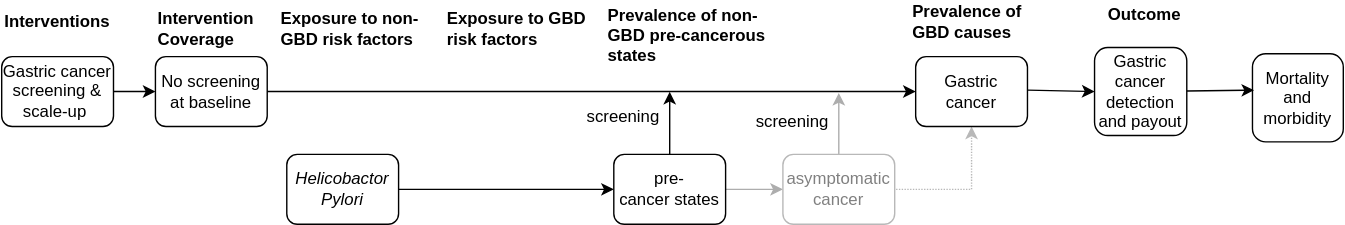
Earlier version of the draw.io export docs/source/concept_models/vivarium_swissre_stomachcancer/vivarium_concept_model_diagram_stomachcancer.svg (ihmeuw/vivarium_research). Source tidied: cells renumbered, new cells last; positions are measured from the earlier drawing's top-left corner, leaving out a move shared by most shapes.
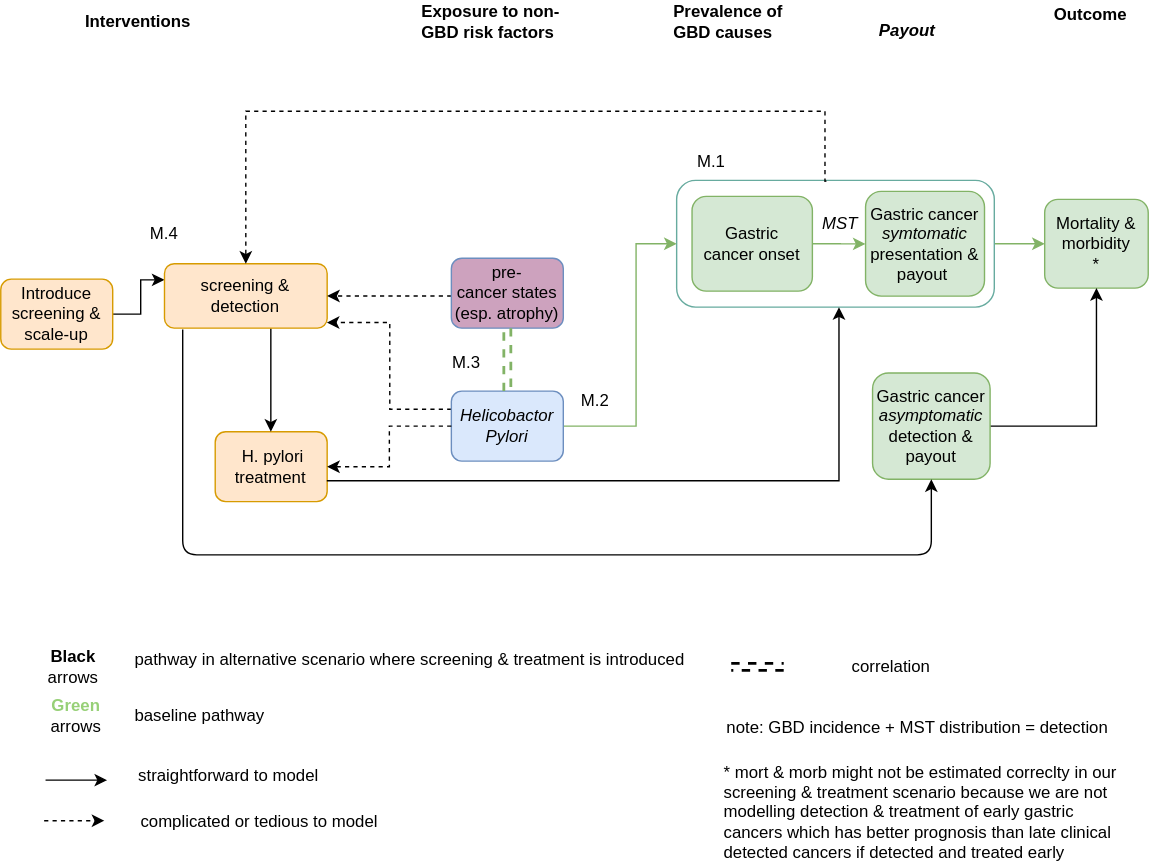
After the commit.

Commit message:
corrected cmd name

Change to the diagram source:
```diff
@@ -2,91 +2,190 @@
   <root>
     <mxCell id="0" />
     <mxCell id="1" parent="0" />
+    <mxCell id="28" style="edgeStyle=orthogonalEdgeStyle;rounded=0;jettySize=auto;html=1;strokeWidth=1;fillColor=#d5e8d4;strokeColor=#82b366;" parent="1" edge="1" source="29" target="13">
+      <mxGeometry relative="1" as="geometry" />
+    </mxCell>
+    <mxCell id="29" style="rounded=1;whiteSpace=wrap;html=1;strokeColor=#67AB9F;fillColor=none;" parent="1" vertex="1">
+      <mxGeometry x="493" y="36.4" width="227" height="90.6" as="geometry" />
+    </mxCell>
-    <mxCell id="2" value="&lt;b&gt;Interventions&lt;/b&gt;" style="text;html=1;strokeColor=none;fillColor=none;align=center;verticalAlign=middle;whiteSpace=wrap;rounded=0;" parent="1" vertex="1">
-      <mxGeometry x="20" y="5" width="40" height="20" as="geometry" />
+    <mxCell id="2" value="&lt;b&gt;Interventions&amp;nbsp;&lt;/b&gt;" style="text;html=1;strokeColor=none;fillColor=none;align=center;verticalAlign=middle;whiteSpace=wrap;rounded=0;" parent="1" vertex="1">
+      <mxGeometry x="90" y="-87" width="40" height="20" as="geometry" />
     </mxCell>
-    <mxCell id="3" value="&lt;b&gt;Intervention &lt;br&gt;Coverage&lt;/b&gt;" style="text;html=1;strokeColor=none;fillColor=none;align=left;verticalAlign=middle;whiteSpace=wrap;rounded=0;" parent="1" vertex="1">
-      <mxGeometry x="110" y="10" width="140" height="20" as="geometry" />
-    </mxCell>
-    <mxCell id="4" value="&lt;b&gt;Exposure to GBD&amp;nbsp;&lt;br&gt;risk factors&lt;/b&gt;" style="text;html=1;strokeColor=none;fillColor=none;align=left;verticalAlign=middle;whiteSpace=wrap;rounded=0;" parent="1" vertex="1">
-      <mxGeometry x="317" y="10" width="180" height="20" as="geometry" />
-    </mxCell>
     <mxCell id="5" value="&lt;b&gt;Prevalence of &lt;br&gt;GBD causes&lt;/b&gt;" style="text;html=1;strokeColor=none;fillColor=none;align=left;verticalAlign=middle;whiteSpace=wrap;rounded=0;" parent="1" vertex="1">
-      <mxGeometry x="649.5" y="5" width="89" height="20" as="geometry" />
+      <mxGeometry x="489" y="-87" width="89" height="20" as="geometry" />
     </mxCell>
-    <mxCell id="6" style="edgeStyle=orthogonalEdgeStyle;rounded=0;jettySize=auto;html=1;exitX=1;exitY=0.5;exitDx=0;exitDy=0;entryX=0;entryY=0.5;entryDx=0;entryDy=0;" parent="1" edge="1" source="7" target="8">
-      <mxGeometry relative="1" as="geometry" />
-    </mxCell>
+    <mxCell id="30" style="edgeStyle=orthogonalEdgeStyle;rounded=0;jettySize=auto;html=1;strokeWidth=1;entryX=0;entryY=0.25;entryDx=0;entryDy=0;" parent="1" edge="1" source="7" target="32">
+      <mxGeometry relative="1" as="geometry" />
+    </mxCell>
-    <mxCell id="7" value="Gastric cancer screening &amp;amp; scale-up&amp;nbsp;" style="rounded=1;whiteSpace=wrap;html=1;" parent="1" vertex="1">
-      <mxGeometry y="40" width="80" height="50" as="geometry" />
+    <mxCell id="7" value="Introduce screening &amp;amp; scale-up" style="rounded=1;whiteSpace=wrap;html=1;fillColor=#ffe6cc;strokeColor=#d79b00;" parent="1" vertex="1">
+      <mxGeometry x="10" y="107" width="80" height="50" as="geometry" />
     </mxCell>
-    <mxCell id="8" value="No screening at baseline" style="rounded=1;whiteSpace=wrap;html=1;" parent="1" vertex="1">
-      <mxGeometry x="110" y="40" width="80" height="50" as="geometry" />
+    <mxCell id="8" value="&amp;nbsp;H. pylori treatment" style="rounded=1;whiteSpace=wrap;html=1;fillColor=#ffe6cc;strokeColor=#d79b00;" parent="1" vertex="1">
+      <mxGeometry x="163.2" y="216" width="80" height="50" as="geometry" />
     </mxCell>
+    <mxCell id="31" style="edgeStyle=orthogonalEdgeStyle;rounded=0;jettySize=auto;html=1;strokeWidth=1;" parent="1" edge="1" source="32" target="8">
+      <mxGeometry relative="1" as="geometry">
+        <Array as="points">
+          <mxPoint x="203" y="161" />
+          <mxPoint x="203" y="161" />
+        </Array>
+      </mxGeometry>
+    </mxCell>
+    <mxCell id="32" value="screening &amp;amp; detection" style="rounded=1;whiteSpace=wrap;html=1;fillColor=#ffe6cc;strokeColor=#d79b00;" parent="1" vertex="1">
+      <mxGeometry x="127" y="96" width="116.2" height="46" as="geometry" />
+    </mxCell>
     <mxCell id="9" value="&lt;b&gt;Exposure to non-&lt;br&gt;GBD&amp;nbsp;risk factors&lt;/b&gt;" style="text;html=1;strokeColor=none;fillColor=none;align=left;verticalAlign=middle;whiteSpace=wrap;rounded=0;" parent="1" vertex="1">
-      <mxGeometry x="198" y="10" width="180" height="20" as="geometry" />
+      <mxGeometry x="309" y="-87" width="180" height="20" as="geometry" />
     </mxCell>
+    <mxCell id="33" style="edgeStyle=orthogonalEdgeStyle;rounded=0;jettySize=auto;html=1;strokeWidth=1;entryX=0;entryY=0.5;entryDx=0;entryDy=0;fillColor=#d5e8d4;strokeColor=#82b366;" parent="1" edge="1" source="11" target="29">
+      <mxGeometry relative="1" as="geometry">
+        <Array as="points">
+          <mxPoint x="464" y="212" />
+          <mxPoint x="464" y="82" />
+        </Array>
+      </mxGeometry>
+    </mxCell>
+    <mxCell id="34" style="edgeStyle=orthogonalEdgeStyle;rounded=0;jettySize=auto;html=1;strokeWidth=1;entryX=1;entryY=0.5;entryDx=0;entryDy=0;dashed=1;" parent="1" edge="1" source="17" target="32">
+      <mxGeometry relative="1" as="geometry">
+        <Array as="points">
+          <mxPoint x="334" y="119" />
+          <mxPoint x="334" y="119" />
+        </Array>
+      </mxGeometry>
+    </mxCell>
+    <mxCell id="35" style="edgeStyle=orthogonalEdgeStyle;rounded=0;jettySize=auto;html=1;dashed=1;strokeWidth=1;" parent="1" edge="1" source="11">
+      <mxGeometry relative="1" as="geometry">
+        <mxPoint x="243" y="138" as="targetPoint" />
+        <Array as="points">
+          <mxPoint x="288" y="200" />
+          <mxPoint x="288" y="138" />
+        </Array>
+      </mxGeometry>
+    </mxCell>
+    <mxCell id="11" value="&lt;i&gt;Helicobactor Pylori&lt;/i&gt;" style="rounded=1;whiteSpace=wrap;html=1;fillColor=#dae8fc;strokeColor=#6c8ebf;" parent="1" vertex="1">
+      <mxGeometry x="332" y="187" width="80" height="50" as="geometry" />
+    </mxCell>
+    <mxCell id="13" value="Mortality &amp;amp; morbidity&lt;br&gt;*" style="rounded=1;whiteSpace=wrap;html=1;fillColor=#d5e8d4;strokeColor=#82b366;" parent="1" vertex="1">
+      <mxGeometry x="756" y="50" width="74" height="63.4" as="geometry" />
+    </mxCell>
+    <mxCell id="36" style="edgeStyle=orthogonalEdgeStyle;rounded=0;jettySize=auto;html=1;entryX=0.5;entryY=0;entryDx=0;entryDy=0;dashed=1;exitX=0.206;exitY=-0.009;exitDx=0;exitDy=0;exitPerimeter=0;" parent="1" edge="1" target="32">
+      <mxGeometry relative="1" as="geometry">
+        <mxPoint x="600.1" y="37" as="sourcePoint" />
+        <Array as="points">
+          <mxPoint x="599" y="37" />
+          <mxPoint x="599" y="-13" />
+          <mxPoint x="185" y="-13" />
+        </Array>
+      </mxGeometry>
+    </mxCell>
+    <mxCell id="37" style="edgeStyle=orthogonalEdgeStyle;rounded=0;jettySize=auto;html=1;strokeWidth=1;fillColor=#d5e8d4;strokeColor=#82b366;" parent="1" edge="1" source="18" target="26">
+      <mxGeometry relative="1" as="geometry" />
+    </mxCell>
+    <mxCell id="18" value="Gastric&lt;br&gt;cancer onset" style="rounded=1;whiteSpace=wrap;html=1;fillColor=#d5e8d4;strokeColor=#82b366;" parent="1" vertex="1">
+      <mxGeometry x="504" y="47.8" width="86" height="67.8" as="geometry" />
+    </mxCell>
+    <mxCell id="23" value="&lt;b&gt;Outcome&lt;/b&gt;" style="text;html=1;strokeColor=none;fillColor=none;align=left;verticalAlign=middle;whiteSpace=wrap;rounded=0;" parent="1" vertex="1">
+      <mxGeometry x="761" y="-92" width="69" height="20" as="geometry" />
+    </mxCell>
+    <mxCell id="26" value="Gastric cancer &lt;i&gt;symtomatic &lt;/i&gt;presentation &amp;amp;&lt;br&gt;payout&amp;nbsp;" style="rounded=1;whiteSpace=wrap;html=1;fillColor=#d5e8d4;strokeColor=#82b366;" parent="1" vertex="1">
+      <mxGeometry x="628" y="44.2" width="85" height="74.9" as="geometry" />
+    </mxCell>
+    <mxCell id="38" value="&lt;div&gt;&lt;span&gt;note: GBD incidence + MST distribution = detection&lt;/span&gt;&lt;/div&gt;&amp;nbsp;" style="text;html=1;strokeColor=none;fillColor=none;align=left;verticalAlign=middle;whiteSpace=wrap;rounded=0;" parent="1" vertex="1">
+      <mxGeometry x="527" y="425" width="301" height="20" as="geometry" />
+    </mxCell>
+    <mxCell id="39" value="&lt;i&gt;MST&lt;/i&gt;" style="text;html=1;strokeColor=none;fillColor=none;align=center;verticalAlign=middle;whiteSpace=wrap;rounded=0;" parent="1" vertex="1">
+      <mxGeometry x="590" y="50" width="40" height="35" as="geometry" />
+    </mxCell>
+    <mxCell id="40" value="pathway in alternative scenario where screening &amp;amp; treatment is introduced" style="text;html=1;strokeColor=none;fillColor=none;align=center;verticalAlign=middle;whiteSpace=wrap;rounded=0;dashed=1;" parent="1" vertex="1">
+      <mxGeometry x="84" y="369" width="437" height="20" as="geometry" />
+    </mxCell>
+    <mxCell id="41" value="baseline pathway" style="text;html=1;strokeColor=none;fillColor=none;align=left;verticalAlign=middle;whiteSpace=wrap;rounded=0;dashed=1;" parent="1" vertex="1">
+      <mxGeometry x="104" y="409" width="437" height="20" as="geometry" />
+    </mxCell>
+    <mxCell id="42" style="shape=link;html=1;endSize=8;strokeWidth=2;dashed=1;" parent="1" edge="1" target="43">
+      <mxGeometry relative="1" as="geometry">
+        <mxPoint x="532" y="384" as="sourcePoint" />
+      </mxGeometry>
+    </mxCell>
+    <mxCell id="43" value="correlation" style="text;html=1;strokeColor=none;fillColor=none;align=center;verticalAlign=middle;whiteSpace=wrap;rounded=0;" parent="1" vertex="1">
+      <mxGeometry x="569.5" y="374" width="153" height="20" as="geometry" />
+    </mxCell>
+    <mxCell id="44" value="M.1" style="text;html=1;strokeColor=none;fillColor=none;align=center;verticalAlign=middle;whiteSpace=wrap;rounded=0;dashed=1;" parent="1" vertex="1">
+      <mxGeometry x="498" y="13" width="40" height="20" as="geometry" />
+    </mxCell>
+    <mxCell id="45" value="M.2" style="text;html=1;strokeColor=none;fillColor=none;align=center;verticalAlign=middle;whiteSpace=wrap;rounded=0;dashed=1;" parent="1" vertex="1">
+      <mxGeometry x="415" y="184" width="40" height="20" as="geometry" />
+    </mxCell>
+    <mxCell id="46" value="M.3" style="text;html=1;strokeColor=none;fillColor=none;align=center;verticalAlign=middle;whiteSpace=wrap;rounded=0;dashed=1;" parent="1" vertex="1">
+      <mxGeometry x="323" y="157" width="40" height="20" as="geometry" />
+    </mxCell>
+    <mxCell id="47" value="M.4" style="text;html=1;strokeColor=none;fillColor=none;align=center;verticalAlign=middle;whiteSpace=wrap;rounded=0;dashed=1;" parent="1" vertex="1">
+      <mxGeometry x="107" y="65" width="40" height="20" as="geometry" />
+    </mxCell>
+    <mxCell id="48" value="* mort &amp;amp; morb might not be estimated correclty in our screening &amp;amp; treatment scenario because we are not modelling detection &amp;amp; treatment of early gastric cancers which has better prognosis than late clinical detected cancers if detected and treated early&lt;div&gt;&lt;/div&gt;" style="text;html=1;strokeColor=none;fillColor=none;align=left;verticalAlign=middle;whiteSpace=wrap;rounded=0;" parent="1" vertex="1">
+      <mxGeometry x="524.5" y="478" width="292" height="20" as="geometry" />
+    </mxCell>
+    <mxCell id="49" style="edgeStyle=orthogonalEdgeStyle;rounded=0;jettySize=auto;html=1;strokeWidth=1;entryX=0.5;entryY=1;entryDx=0;entryDy=0;" parent="1" edge="1" source="50" target="13">
+      <mxGeometry relative="1" as="geometry" />
+    </mxCell>
+    <mxCell id="50" value="Gastric cancer &lt;i&gt;asymptomatic&lt;/i&gt; detection &amp;amp; payout" style="rounded=1;whiteSpace=wrap;html=1;fillColor=#d5e8d4;strokeColor=#82b366;" parent="1" vertex="1">
+      <mxGeometry x="633" y="174" width="84" height="76" as="geometry" />
+    </mxCell>
+    <mxCell id="17" value="pre-&lt;br&gt;cancer states&lt;br&gt;(esp. atrophy)" style="rounded=1;whiteSpace=wrap;html=1;fillColor=#CDA2BE;strokeColor=#6c8ebf;" parent="1" vertex="1">
+      <mxGeometry x="332" y="92" width="80" height="50" as="geometry" />
+    </mxCell>
-    <mxCell id="10" style="edgeStyle=orthogonalEdgeStyle;rounded=0;jettySize=auto;html=1;exitX=1;exitY=0.5;exitDx=0;exitDy=0;entryX=0;entryY=0.5;entryDx=0;entryDy=0;" parent="1" edge="1" source="11" target="17">
+    <mxCell id="10" style="shape=link;html=1;dashed=1;strokeWidth=2;entryX=0.5;entryY=1;entryDx=0;entryDy=0;fillColor=#d5e8d4;strokeColor=#82b366;" parent="1" edge="1" source="11" target="17">
       <mxGeometry relative="1" as="geometry" />
     </mxCell>
-    <mxCell id="11" value="&lt;i&gt;Helicobactor Pylori&lt;/i&gt;" style="rounded=1;whiteSpace=wrap;html=1;" parent="1" vertex="1">
-      <mxGeometry x="204" y="110" width="80" height="50" as="geometry" />
-    </mxCell>
-    <mxCell id="12" value="&lt;b&gt;Prevalence of&amp;nbsp;non-&lt;br&gt;GBD pre-cancerous states&lt;/b&gt;" style="text;html=1;strokeColor=none;fillColor=none;align=left;verticalAlign=middle;whiteSpace=wrap;rounded=0;" parent="1" vertex="1">
-      <mxGeometry x="432" y="20" width="130" height="10" as="geometry" />
-    </mxCell>
-    <mxCell id="13" value="Mortality and morbidity" style="rounded=1;whiteSpace=wrap;html=1;" parent="1" vertex="1">
-      <mxGeometry x="895" y="38" width="65" height="63" as="geometry" />
-    </mxCell>
-    <mxCell id="14" style="edgeStyle=orthogonalEdgeStyle;rounded=0;jettySize=auto;html=1;entryX=0.5;entryY=1;entryDx=0;entryDy=0;dashed=1;dashPattern=1 1;strokeColor=#B8B8B8;" parent="1" edge="1" target="18">
-      <mxGeometry relative="1" as="geometry">
-        <mxPoint x="640" y="135" as="sourcePoint" />
-      </mxGeometry>
-    </mxCell>
-    <mxCell id="15" style="edgeStyle=orthogonalEdgeStyle;rounded=0;jettySize=auto;html=1;exitX=0.5;exitY=0;exitDx=0;exitDy=0;" parent="1" edge="1" source="17">
-      <mxGeometry relative="1" as="geometry">
-        <mxPoint x="478" y="65.2" as="targetPoint" />
-      </mxGeometry>
-    </mxCell>
-    <mxCell id="16" style="edgeStyle=orthogonalEdgeStyle;rounded=0;jettySize=auto;html=1;strokeColor=#ADADAD;" parent="1" edge="1" source="17" target="25">
-      <mxGeometry relative="1" as="geometry" />
-    </mxCell>
-    <mxCell id="17" value="pre-&lt;br&gt;cancer states" style="rounded=1;whiteSpace=wrap;html=1;" parent="1" vertex="1">
-      <mxGeometry x="438" y="110" width="80" height="50" as="geometry" />
-    </mxCell>
-    <mxCell id="18" value="Gastric&lt;br&gt;cancer" style="rounded=1;whiteSpace=wrap;html=1;" parent="1" vertex="1">
-      <mxGeometry x="654" y="40" width="80" height="50" as="geometry" />
-    </mxCell>
-    <mxCell id="19" style="edgeStyle=orthogonalEdgeStyle;rounded=0;jettySize=auto;html=1;exitX=1;exitY=0.5;exitDx=0;exitDy=0;entryX=0;entryY=0.5;entryDx=0;entryDy=0;" parent="1" edge="1" source="8" target="18">
-      <mxGeometry relative="1" as="geometry" />
-    </mxCell>
-    <mxCell id="20" value="screening" style="text;html=1;strokeColor=none;fillColor=none;align=center;verticalAlign=middle;whiteSpace=wrap;rounded=0;" parent="1" vertex="1">
-      <mxGeometry x="425" y="73" width="40" height="20" as="geometry" />
-    </mxCell>
-    <mxCell id="21" style="endArrow=classic;html=1;entryX=0.018;entryY=0.413;entryDx=0;entryDy=0;entryPerimeter=0;" parent="1" edge="1" source="26" target="13">
-      <mxGeometry relative="1" as="geometry" />
-    </mxCell>
-    <mxCell id="22" style="endArrow=classic;html=1;entryX=0;entryY=0.5;entryDx=0;entryDy=0;" parent="1" edge="1" target="26">
-      <mxGeometry relative="1" as="geometry">
-        <mxPoint x="734" y="64" as="sourcePoint" />
-      </mxGeometry>
-    </mxCell>
-    <mxCell id="23" value="&lt;b&gt;Outcome&lt;/b&gt;" style="text;html=1;strokeColor=none;fillColor=none;align=left;verticalAlign=middle;whiteSpace=wrap;rounded=0;" parent="1" vertex="1">
-      <mxGeometry x="790" width="89" height="20" as="geometry" />
-    </mxCell>
-    <mxCell id="24" style="edgeStyle=orthogonalEdgeStyle;rounded=0;jettySize=auto;html=1;strokeColor=#ADADAD;" parent="1" edge="1" source="25">
-      <mxGeometry relative="1" as="geometry">
-        <mxPoint x="599" y="66" as="targetPoint" />
-      </mxGeometry>
-    </mxCell>
-    <mxCell id="25" value="&lt;font color=&quot;#808080&quot;&gt;asymptomatic cancer&lt;/font&gt;" style="rounded=1;whiteSpace=wrap;html=1;strokeColor=#B8B8B8;" parent="1" vertex="1">
-      <mxGeometry x="559" y="110" width="80" height="50" as="geometry" />
-    </mxCell>
-    <mxCell id="26" value="Gastric cancer detection and payout" style="rounded=1;whiteSpace=wrap;html=1;" parent="1" vertex="1">
-      <mxGeometry x="782" y="33.5" width="66" height="63" as="geometry" />
-    </mxCell>
-    <mxCell id="27" value="screening" style="text;html=1;strokeColor=none;fillColor=none;align=center;verticalAlign=middle;whiteSpace=wrap;rounded=0;" parent="1" vertex="1">
-      <mxGeometry x="546" y="76.5" width="40" height="20" as="geometry" />
-    </mxCell>
+    <mxCell id="51" style="edgeStyle=orthogonalEdgeStyle;rounded=0;jettySize=auto;html=1;strokeWidth=1;dashed=1;exitX=0;exitY=0.5;exitDx=0;exitDy=0;" parent="1" edge="1" source="11" target="8">
+      <mxGeometry relative="1" as="geometry" />
+    </mxCell>
+    <mxCell id="52" style="edgeStyle=orthogonalEdgeStyle;rounded=0;jettySize=auto;html=1;strokeWidth=1;" parent="1" edge="1" target="29">
+      <mxGeometry relative="1" as="geometry">
+        <mxPoint x="243" y="251" as="sourcePoint" />
+        <Array as="points">
+          <mxPoint x="243" y="251" />
+          <mxPoint x="609" y="251" />
+        </Array>
+      </mxGeometry>
+    </mxCell>
+    <mxCell id="53" value="&lt;b&gt;&lt;i&gt;Payout&lt;/i&gt;&lt;/b&gt;" style="text;html=1;strokeColor=none;fillColor=none;align=center;verticalAlign=middle;whiteSpace=wrap;rounded=0;" parent="1" vertex="1">
+      <mxGeometry x="638" y="-80" width="40" height="20" as="geometry" />
+    </mxCell>
+    <mxCell id="54" style="edgeStyle=elbowEdgeStyle;elbow=vertical;endArrow=classic;html=1;strokeWidth=1;exitX=0.112;exitY=1.022;exitDx=0;exitDy=0;entryX=0.5;entryY=1;entryDx=0;entryDy=0;exitPerimeter=0;" parent="1" edge="1" source="32" target="50">
+      <mxGeometry relative="1" as="geometry">
+        <Array as="points">
+          <mxPoint x="662" y="304" />
+          <mxPoint x="350" y="314" />
+        </Array>
+      </mxGeometry>
+    </mxCell>
+    <mxCell id="55" value="&lt;font color=&quot;#97d077&quot;&gt;&lt;b&gt;Green &lt;/b&gt;&lt;/font&gt;arrows" style="text;html=1;strokeColor=none;fillColor=none;align=center;verticalAlign=middle;whiteSpace=wrap;rounded=0;" parent="1" vertex="1">
+      <mxGeometry x="44" y="409" width="40" height="20" as="geometry" />
+    </mxCell>
+    <mxCell id="56" value="&lt;b&gt;Black &lt;/b&gt;arrows" style="text;html=1;strokeColor=none;fillColor=none;align=center;verticalAlign=middle;whiteSpace=wrap;rounded=0;" parent="1" vertex="1">
+      <mxGeometry x="42" y="374" width="40" height="20" as="geometry" />
+    </mxCell>
+    <mxCell id="57" style="endArrow=classic;html=1;strokeWidth=1;dashed=1;" parent="1" edge="1">
+      <mxGeometry relative="1" as="geometry">
+        <mxPoint x="41" y="494" as="sourcePoint" />
+        <mxPoint x="84" y="494" as="targetPoint" />
+      </mxGeometry>
+    </mxCell>
+    <mxCell id="58" style="endArrow=classic;html=1;strokeWidth=1;" parent="1" edge="1">
+      <mxGeometry relative="1" as="geometry">
+        <mxPoint x="42" y="465" as="sourcePoint" />
+        <mxPoint x="86" y="465" as="targetPoint" />
+        <Array as="points">
+          <mxPoint x="74" y="465" />
+        </Array>
+      </mxGeometry>
+    </mxCell>
+    <mxCell id="59" value="complicated or tedious to model" style="text;html=1;strokeColor=none;fillColor=none;align=center;verticalAlign=middle;whiteSpace=wrap;rounded=0;" parent="1" vertex="1">
+      <mxGeometry x="84" y="485" width="222" height="20" as="geometry" />
+    </mxCell>
+    <mxCell id="60" value="straightforward to model" style="text;html=1;strokeColor=none;fillColor=none;align=center;verticalAlign=middle;whiteSpace=wrap;rounded=0;" parent="1" vertex="1">
+      <mxGeometry x="62" y="452" width="222" height="20" as="geometry" />
+    </mxCell>
   </root>
 </mxGraphModel>
```
